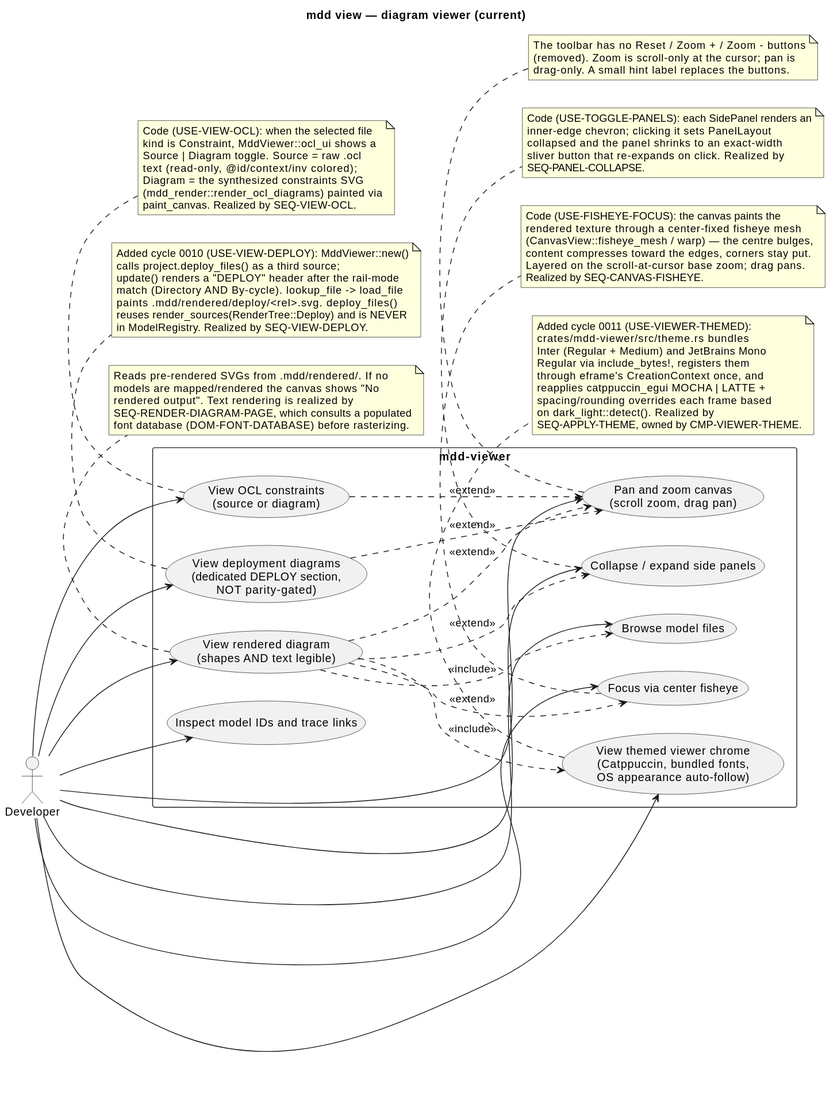
The PlantUML diagram .mdd/rendered/map/use-cases/diagram-viewer.svg in cthadeufaria/model-driven-development, before a commit.
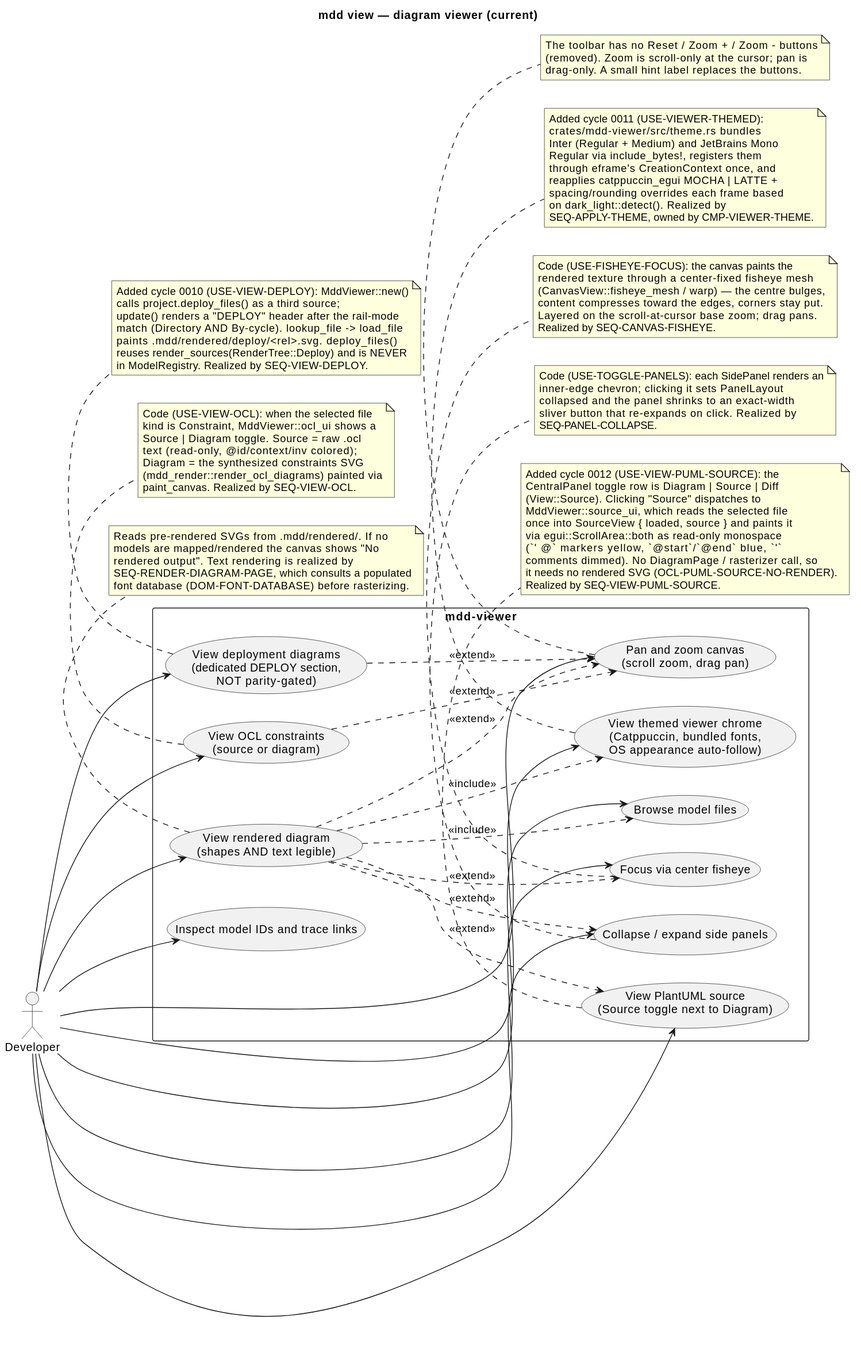
The same diagram one commit later.

What changed in the source:
```diff
@@ -15,6 +15,7 @@
   usecase "View OCL constraints\n(source or diagram)" as ViewOcl
   usecase "View deployment diagrams\n(dedicated DEPLOY section,\nNOT parity-gated)" as ViewDeploy
   usecase "View themed viewer chrome\n(Catppuccin, bundled fonts,\nOS appearance auto-follow)" as Themed
+  usecase "View PlantUML source\n(Source toggle next to Diagram)" as ViewSource
 }
 
 Dev --> View
@@ -26,12 +27,14 @@
 Dev --> ViewOcl
 Dev --> ViewDeploy
 Dev --> Themed
+Dev --> ViewSource
 
 View ..> Browse : <<include>>
 View ..> PanZoom : <<extend>>
 View ..> Fisheye : <<extend>>
 View ..> Panels : <<extend>>
 View ..> Themed : <<include>>
+View ..> ViewSource : <<extend>>
 ViewOcl ..> PanZoom : <<extend>>
 ViewDeploy ..> PanZoom : <<extend>>
 
@@ -97,4 +100,17 @@
   reuses render_sources(RenderTree::Deploy) and is NEVER
   in ModelRegistry. Realized by SEQ-VIEW-DEPLOY.
 end note
+
+note bottom of ViewSource
+  Added cycle 0012 (USE-VIEW-PUML-SOURCE): the
+  CentralPanel toggle row is Diagram | Source | Diff
+  (View::Source). Clicking "Source" dispatches to
+  MddViewer::source_ui, which reads the selected file
+  once into SourceView { loaded, source } and paints it
+  via egui::ScrollArea::both as read-only monospace
+  (`' @` markers yellow, `@start`/`@end` blue, `'`
+  comments dimmed). No DiagramPage / rasterizer call, so
+  it needs no rendered SVG (OCL-PUML-SOURCE-NO-RENDER).
+  Realized by SEQ-VIEW-PUML-SOURCE.
+end note
 @enduml
```
